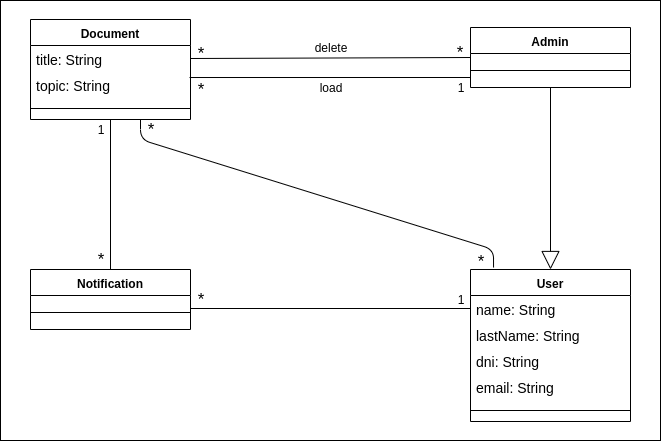
This is Diagrama.png from CarlosImenzon/notifications, a draw.io export, as it was before one commit. Source tidied: cells renumbered, new cells last; positions are measured from the earlier drawing's top-left corner, leaving out a move shared by most shapes. Source of this version:
```xml
<mxGraphModel>
  <root>
    <mxCell id="0" />
    <mxCell id="1" parent="0" />
    <mxCell id="2" style="rounded=0;whiteSpace=wrap;html=1;fontSize=14;" parent="1" vertex="1">
      <mxGeometry width="660" height="440" as="geometry" />
    </mxCell>
    <mxCell id="3" value="Document" style="swimlane;fontStyle=1;align=center;verticalAlign=top;horizontal=1;startSize=26;" parent="1" vertex="1">
      <mxGeometry x="30" y="19" width="160" height="100" as="geometry" />
    </mxCell>
    <mxCell id="4" value="title: String" style="text;strokeColor=none;fillColor=none;align=left;verticalAlign=top;spacingLeft=4;spacingRight=4;overflow=hidden;points=[[0,0.5],[1,0.5]];portConstraint=eastwest;fontSize=14;" parent="3" vertex="1">
      <mxGeometry y="26" width="160" height="26" as="geometry" />
    </mxCell>
    <mxCell id="5" value="topic: String" style="text;strokeColor=none;fillColor=none;align=left;verticalAlign=top;spacingLeft=4;spacingRight=4;overflow=hidden;points=[[0,0.5],[1,0.5]];portConstraint=eastwest;fontSize=14;" parent="3" vertex="1">
      <mxGeometry y="52" width="160" height="26" as="geometry" />
    </mxCell>
    <mxCell id="6" style="line;strokeWidth=1;fillColor=none;align=left;verticalAlign=middle;spacingTop=-1;spacingLeft=3;spacingRight=3;labelPosition=right;" parent="3" vertex="1">
      <mxGeometry y="78" width="160" height="22" as="geometry" />
    </mxCell>
    <mxCell id="7" value="Notification" style="swimlane;fontStyle=1;align=center;verticalAlign=top;horizontal=1;startSize=26;" parent="1" vertex="1">
      <mxGeometry x="30" y="269" width="160" height="60" as="geometry" />
    </mxCell>
    <mxCell id="8" style="line;strokeWidth=1;fillColor=none;align=left;verticalAlign=middle;spacingTop=-1;spacingLeft=3;spacingRight=3;labelPosition=right;" parent="7" vertex="1">
      <mxGeometry y="26" width="160" height="34" as="geometry" />
    </mxCell>
    <mxCell id="9" value="User" style="swimlane;fontStyle=1;align=center;verticalAlign=top;horizontal=1;startSize=26;" parent="1" vertex="1">
      <mxGeometry x="470" y="269" width="160" height="152" as="geometry" />
    </mxCell>
    <mxCell id="10" value="name: String" style="text;strokeColor=none;fillColor=none;align=left;verticalAlign=top;spacingLeft=4;spacingRight=4;overflow=hidden;points=[[0,0.5],[1,0.5]];portConstraint=eastwest;fontSize=14;" parent="9" vertex="1">
      <mxGeometry y="26" width="160" height="26" as="geometry" />
    </mxCell>
    <mxCell id="11" value="lastName: String" style="text;strokeColor=none;fillColor=none;align=left;verticalAlign=top;spacingLeft=4;spacingRight=4;overflow=hidden;fontSize=14;" parent="9" vertex="1">
      <mxGeometry y="52" width="160" height="26" as="geometry" />
    </mxCell>
    <mxCell id="12" value="dni: String" style="text;strokeColor=none;fillColor=none;align=left;verticalAlign=top;spacingLeft=4;spacingRight=4;overflow=hidden;fontSize=14;" parent="9" vertex="1">
      <mxGeometry y="78" width="160" height="26" as="geometry" />
    </mxCell>
    <mxCell id="13" value="email: String" style="text;strokeColor=none;fillColor=none;align=left;verticalAlign=top;spacingLeft=4;spacingRight=4;overflow=hidden;fontSize=14;" parent="9" vertex="1">
      <mxGeometry y="104" width="160" height="26" as="geometry" />
    </mxCell>
    <mxCell id="14" style="line;strokeWidth=1;fillColor=none;align=left;verticalAlign=middle;spacingTop=-1;spacingLeft=3;spacingRight=3;labelPosition=right;" parent="9" vertex="1">
      <mxGeometry y="130" width="160" height="22" as="geometry" />
    </mxCell>
    <mxCell id="15" value="Admin" style="swimlane;fontStyle=1;align=center;verticalAlign=top;horizontal=1;startSize=26;" parent="1" vertex="1">
      <mxGeometry x="470" y="27" width="160" height="60" as="geometry" />
    </mxCell>
    <mxCell id="16" style="line;strokeWidth=1;fillColor=none;align=left;verticalAlign=middle;spacingTop=-1;spacingLeft=3;spacingRight=3;labelPosition=right;" parent="15" vertex="1">
      <mxGeometry y="26" width="160" height="34" as="geometry" />
    </mxCell>
    <mxCell id="17" style="endArrow=block;endSize=16;endFill=0;html=1;exitX=0.5;exitY=1;exitDx=0;exitDy=0;entryX=0.5;entryY=0;entryDx=0;entryDy=0;" parent="1" edge="1" source="15" target="9">
      <mxGeometry relative="1" as="geometry" />
    </mxCell>
    <mxCell id="18" style="endArrow=none;html=1;exitX=1;exitY=0.5;exitDx=0;exitDy=0;entryX=0;entryY=0.5;entryDx=0;entryDy=0;" parent="1" edge="1" source="4" target="15">
      <mxGeometry relative="1" as="geometry" />
    </mxCell>
    <mxCell id="19" style="endArrow=none;html=1;exitX=0.994;exitY=0.231;exitDx=0;exitDy=0;exitPerimeter=0;" parent="1" edge="1" source="5">
      <mxGeometry relative="1" as="geometry">
        <mxPoint x="470" y="77" as="targetPoint" />
      </mxGeometry>
    </mxCell>
    <mxCell id="20" value="delete" style="text;html=1;strokeColor=none;fillColor=none;align=center;verticalAlign=middle;whiteSpace=wrap;rounded=0;" parent="1" vertex="1">
      <mxGeometry x="310" y="37" width="40" height="20" as="geometry" />
    </mxCell>
    <mxCell id="21" value="load" style="text;html=1;strokeColor=none;fillColor=none;align=center;verticalAlign=middle;whiteSpace=wrap;rounded=0;" parent="1" vertex="1">
      <mxGeometry x="310" y="77" width="40" height="20" as="geometry" />
    </mxCell>
    <mxCell id="22" style="endArrow=none;html=1;entryX=0.5;entryY=1;entryDx=0;entryDy=0;exitX=0.75;exitY=1;exitDx=0;exitDy=0;" parent="1" edge="1" source="24" target="3">
      <mxGeometry relative="1" as="geometry" />
    </mxCell>
    <mxCell id="23" value="1" style="text;html=1;strokeColor=none;fillColor=none;align=center;verticalAlign=middle;whiteSpace=wrap;rounded=0;" parent="1" vertex="1">
      <mxGeometry x="80" y="119" width="40" height="20" as="geometry" />
    </mxCell>
    <mxCell id="24" value="&lt;font style=&quot;font-size: 17px&quot;&gt;*&lt;/font&gt;" style="text;html=1;strokeColor=none;fillColor=none;align=center;verticalAlign=middle;whiteSpace=wrap;rounded=0;" parent="1" vertex="1">
      <mxGeometry x="80" y="249" width="40" height="20" as="geometry" />
    </mxCell>
    <mxCell id="25" style="endArrow=none;html=1;entryX=0;entryY=0.5;entryDx=0;entryDy=0;" parent="1" edge="1" target="10">
      <mxGeometry relative="1" as="geometry">
        <mxPoint x="190" y="308" as="sourcePoint" />
      </mxGeometry>
    </mxCell>
    <mxCell id="26" value="1" style="text;html=1;strokeColor=none;fillColor=none;align=center;verticalAlign=middle;whiteSpace=wrap;rounded=0;" parent="1" vertex="1">
      <mxGeometry x="440" y="289" width="40" height="20" as="geometry" />
    </mxCell>
    <mxCell id="27" value="&lt;font style=&quot;font-size: 17px&quot;&gt;*&lt;/font&gt;" style="text;html=1;strokeColor=none;fillColor=none;align=center;verticalAlign=middle;whiteSpace=wrap;rounded=0;" parent="1" vertex="1">
      <mxGeometry x="180" y="289" width="40" height="20" as="geometry" />
    </mxCell>
    <mxCell id="28" style="endArrow=none;html=1;fontSize=14;exitX=0.144;exitY=-0.013;exitDx=0;exitDy=0;exitPerimeter=0;" parent="1" edge="1" source="9">
      <mxGeometry relative="1" as="geometry">
        <mxPoint x="140" y="119" as="targetPoint" />
        <Array as="points">
          <mxPoint x="493" y="249" />
          <mxPoint x="140" y="139" />
        </Array>
      </mxGeometry>
    </mxCell>
    <mxCell id="29" value="&lt;font style=&quot;font-size: 17px&quot;&gt;*&lt;/font&gt;" style="text;html=1;strokeColor=none;fillColor=none;align=center;verticalAlign=middle;whiteSpace=wrap;rounded=0;" parent="1" vertex="1">
      <mxGeometry x="460" y="251" width="40" height="20" as="geometry" />
    </mxCell>
    <mxCell id="30" value="&lt;font style=&quot;font-size: 17px&quot;&gt;*&lt;/font&gt;" style="text;html=1;strokeColor=none;fillColor=none;align=center;verticalAlign=middle;whiteSpace=wrap;rounded=0;" parent="1" vertex="1">
      <mxGeometry x="130" y="119" width="40" height="20" as="geometry" />
    </mxCell>
    <mxCell id="31" value="&lt;font style=&quot;font-size: 17px&quot;&gt;*&lt;/font&gt;" style="text;html=1;strokeColor=none;fillColor=none;align=center;verticalAlign=middle;whiteSpace=wrap;rounded=0;" parent="1" vertex="1">
      <mxGeometry x="180" y="43" width="40" height="20" as="geometry" />
    </mxCell>
    <mxCell id="32" value="&lt;font style=&quot;font-size: 17px&quot;&gt;*&lt;/font&gt;" style="text;html=1;strokeColor=none;fillColor=none;align=center;verticalAlign=middle;whiteSpace=wrap;rounded=0;" parent="1" vertex="1">
      <mxGeometry x="180" y="79" width="40" height="20" as="geometry" />
    </mxCell>
    <mxCell id="33" value="&lt;font style=&quot;font-size: 17px&quot;&gt;*&lt;/font&gt;" style="text;html=1;strokeColor=none;fillColor=none;align=center;verticalAlign=middle;whiteSpace=wrap;rounded=0;" parent="1" vertex="1">
      <mxGeometry x="439" y="42" width="40" height="20" as="geometry" />
    </mxCell>
    <mxCell id="34" value="1" style="text;html=1;strokeColor=none;fillColor=none;align=center;verticalAlign=middle;whiteSpace=wrap;rounded=0;" parent="1" vertex="1">
      <mxGeometry x="440" y="77" width="40" height="20" as="geometry" />
    </mxCell>
  </root>
</mxGraphModel>
```
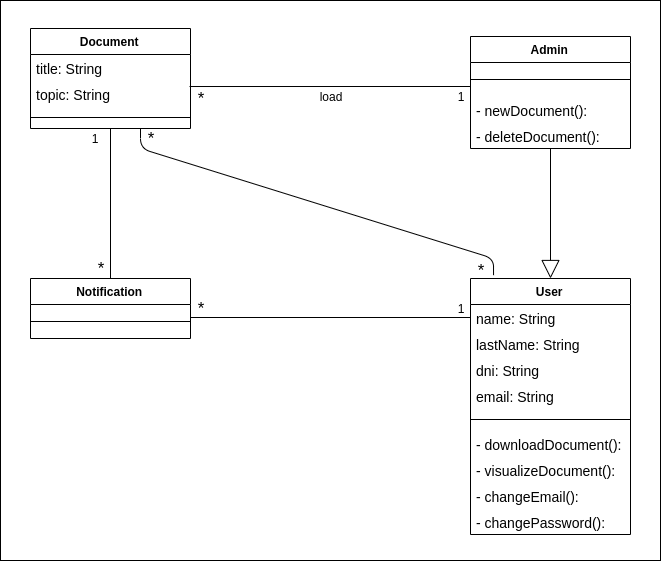
After the change.

Change to the diagram source:
```diff
@@ -3,7 +3,7 @@
     <mxCell id="0" />
     <mxCell id="1" parent="0" />
     <mxCell id="2" style="rounded=0;whiteSpace=wrap;html=1;fontSize=14;" parent="1" vertex="1">
-      <mxGeometry width="660" height="440" as="geometry" />
+      <mxGeometry y="-9" width="660" height="560" as="geometry" />
     </mxCell>
     <mxCell id="3" value="Document" style="swimlane;fontStyle=1;align=center;verticalAlign=top;horizontal=1;startSize=26;" parent="1" vertex="1">
       <mxGeometry x="30" y="19" width="160" height="100" as="geometry" />
@@ -24,7 +24,7 @@
       <mxGeometry y="26" width="160" height="34" as="geometry" />
     </mxCell>
     <mxCell id="9" value="User" style="swimlane;fontStyle=1;align=center;verticalAlign=top;horizontal=1;startSize=26;" parent="1" vertex="1">
-      <mxGeometry x="470" y="269" width="160" height="152" as="geometry" />
+      <mxGeometry x="470" y="269" width="160" height="256" as="geometry" />
     </mxCell>
     <mxCell id="10" value="name: String" style="text;strokeColor=none;fillColor=none;align=left;verticalAlign=top;spacingLeft=4;spacingRight=4;overflow=hidden;points=[[0,0.5],[1,0.5]];portConstraint=eastwest;fontSize=14;" parent="9" vertex="1">
       <mxGeometry y="26" width="160" height="26" as="geometry" />
@@ -41,26 +41,38 @@
     <mxCell id="14" style="line;strokeWidth=1;fillColor=none;align=left;verticalAlign=middle;spacingTop=-1;spacingLeft=3;spacingRight=3;labelPosition=right;" parent="9" vertex="1">
       <mxGeometry y="130" width="160" height="22" as="geometry" />
     </mxCell>
+    <mxCell id="35" value="- downloadDocument(): " style="text;strokeColor=none;fillColor=none;align=left;verticalAlign=top;spacingLeft=4;spacingRight=4;overflow=hidden;fontSize=14;" parent="9" vertex="1">
+      <mxGeometry y="152" width="160" height="26" as="geometry" />
+    </mxCell>
+    <mxCell id="36" value="- visualizeDocument(): " style="text;strokeColor=none;fillColor=none;align=left;verticalAlign=top;spacingLeft=4;spacingRight=4;overflow=hidden;fontSize=14;" parent="9" vertex="1">
+      <mxGeometry y="178" width="160" height="26" as="geometry" />
+    </mxCell>
+    <mxCell id="37" value="- changeEmail(): " style="text;strokeColor=none;fillColor=none;align=left;verticalAlign=top;spacingLeft=4;spacingRight=4;overflow=hidden;fontSize=14;" parent="9" vertex="1">
+      <mxGeometry y="204" width="160" height="26" as="geometry" />
+    </mxCell>
+    <mxCell id="38" value="- changePassword(): " style="text;strokeColor=none;fillColor=none;align=left;verticalAlign=top;spacingLeft=4;spacingRight=4;overflow=hidden;fontSize=14;" parent="9" vertex="1">
+      <mxGeometry y="230" width="160" height="26" as="geometry" />
+    </mxCell>
     <mxCell id="15" value="Admin" style="swimlane;fontStyle=1;align=center;verticalAlign=top;horizontal=1;startSize=26;" parent="1" vertex="1">
-      <mxGeometry x="470" y="27" width="160" height="60" as="geometry" />
+      <mxGeometry x="470" y="27" width="160" height="112" as="geometry" />
     </mxCell>
     <mxCell id="16" style="line;strokeWidth=1;fillColor=none;align=left;verticalAlign=middle;spacingTop=-1;spacingLeft=3;spacingRight=3;labelPosition=right;" parent="15" vertex="1">
       <mxGeometry y="26" width="160" height="34" as="geometry" />
     </mxCell>
+    <mxCell id="39" value="- newDocument(): " style="text;strokeColor=none;fillColor=none;align=left;verticalAlign=top;spacingLeft=4;spacingRight=4;overflow=hidden;fontSize=14;" parent="15" vertex="1">
+      <mxGeometry y="60" width="160" height="26" as="geometry" />
+    </mxCell>
+    <mxCell id="40" value="- deleteDocument(): " style="text;strokeColor=none;fillColor=none;align=left;verticalAlign=top;spacingLeft=4;spacingRight=4;overflow=hidden;fontSize=14;" parent="15" vertex="1">
+      <mxGeometry y="86" width="160" height="26" as="geometry" />
+    </mxCell>
     <mxCell id="17" style="endArrow=block;endSize=16;endFill=0;html=1;exitX=0.5;exitY=1;exitDx=0;exitDy=0;entryX=0.5;entryY=0;entryDx=0;entryDy=0;" parent="1" edge="1" source="15" target="9">
       <mxGeometry relative="1" as="geometry" />
     </mxCell>
-    <mxCell id="18" style="endArrow=none;html=1;exitX=1;exitY=0.5;exitDx=0;exitDy=0;entryX=0;entryY=0.5;entryDx=0;entryDy=0;" parent="1" edge="1" source="4" target="15">
-      <mxGeometry relative="1" as="geometry" />
-    </mxCell>
     <mxCell id="19" style="endArrow=none;html=1;exitX=0.994;exitY=0.231;exitDx=0;exitDy=0;exitPerimeter=0;" parent="1" edge="1" source="5">
       <mxGeometry relative="1" as="geometry">
         <mxPoint x="470" y="77" as="targetPoint" />
       </mxGeometry>
     </mxCell>
-    <mxCell id="20" value="delete" style="text;html=1;strokeColor=none;fillColor=none;align=center;verticalAlign=middle;whiteSpace=wrap;rounded=0;" parent="1" vertex="1">
-      <mxGeometry x="310" y="37" width="40" height="20" as="geometry" />
-    </mxCell>
     <mxCell id="21" value="load" style="text;html=1;strokeColor=none;fillColor=none;align=center;verticalAlign=middle;whiteSpace=wrap;rounded=0;" parent="1" vertex="1">
       <mxGeometry x="310" y="77" width="40" height="20" as="geometry" />
     </mxCell>
@@ -68,7 +80,7 @@
       <mxGeometry relative="1" as="geometry" />
     </mxCell>
     <mxCell id="23" value="1" style="text;html=1;strokeColor=none;fillColor=none;align=center;verticalAlign=middle;whiteSpace=wrap;rounded=0;" parent="1" vertex="1">
-      <mxGeometry x="80" y="119" width="40" height="20" as="geometry" />
+      <mxGeometry x="74" y="119" width="40" height="20" as="geometry" />
     </mxCell>
     <mxCell id="24" value="&lt;font style=&quot;font-size: 17px&quot;&gt;*&lt;/font&gt;" style="text;html=1;strokeColor=none;fillColor=none;align=center;verticalAlign=middle;whiteSpace=wrap;rounded=0;" parent="1" vertex="1">
       <mxGeometry x="80" y="249" width="40" height="20" as="geometry" />
@@ -99,15 +111,9 @@
     <mxCell id="30" value="&lt;font style=&quot;font-size: 17px&quot;&gt;*&lt;/font&gt;" style="text;html=1;strokeColor=none;fillColor=none;align=center;verticalAlign=middle;whiteSpace=wrap;rounded=0;" parent="1" vertex="1">
       <mxGeometry x="130" y="119" width="40" height="20" as="geometry" />
     </mxCell>
-    <mxCell id="31" value="&lt;font style=&quot;font-size: 17px&quot;&gt;*&lt;/font&gt;" style="text;html=1;strokeColor=none;fillColor=none;align=center;verticalAlign=middle;whiteSpace=wrap;rounded=0;" parent="1" vertex="1">
-      <mxGeometry x="180" y="43" width="40" height="20" as="geometry" />
-    </mxCell>
     <mxCell id="32" value="&lt;font style=&quot;font-size: 17px&quot;&gt;*&lt;/font&gt;" style="text;html=1;strokeColor=none;fillColor=none;align=center;verticalAlign=middle;whiteSpace=wrap;rounded=0;" parent="1" vertex="1">
       <mxGeometry x="180" y="79" width="40" height="20" as="geometry" />
     </mxCell>
-    <mxCell id="33" value="&lt;font style=&quot;font-size: 17px&quot;&gt;*&lt;/font&gt;" style="text;html=1;strokeColor=none;fillColor=none;align=center;verticalAlign=middle;whiteSpace=wrap;rounded=0;" parent="1" vertex="1">
-      <mxGeometry x="439" y="42" width="40" height="20" as="geometry" />
-    </mxCell>
     <mxCell id="34" value="1" style="text;html=1;strokeColor=none;fillColor=none;align=center;verticalAlign=middle;whiteSpace=wrap;rounded=0;" parent="1" vertex="1">
       <mxGeometry x="440" y="77" width="40" height="20" as="geometry" />
     </mxCell>
```
